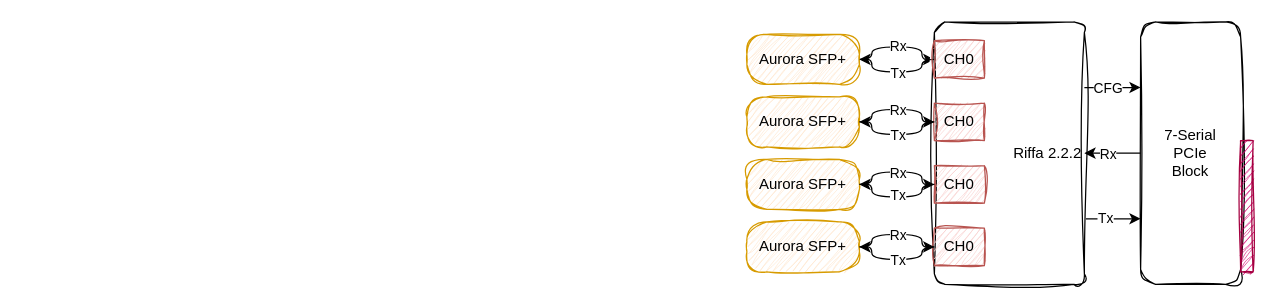
This is 光通信2 Riffa通信.drawio from Hickey3197/DrawIO, a draw.io file, before an edit. Source tidied: cells renumbered, new cells numbered last; positions are measured from the earlier drawing's top-left corner, leaving out a move shared by most shapes. Both pictures are drawn from the tidied source at 125%, with x=0, y=0 at pixel (746, 21).
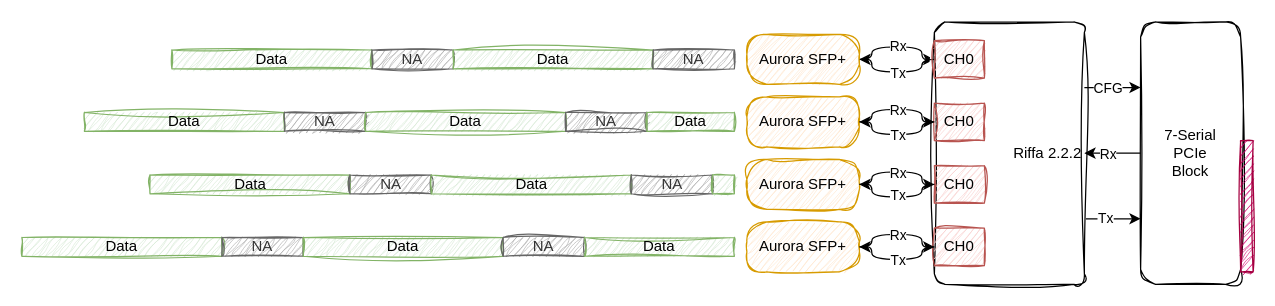
The same page after the edit.

Commit message:
更新光通信2 Riffa通信.drawio

What changed in the source:
```diff
@@
+    <mxCell id="35" value="Data" style="rounded=0;whiteSpace=wrap;html=1;fillColor=#d5e8d4;strokeColor=#82b366;sketch=1;curveFitting=1;jiggle=2;" parent="1" vertex="1">
+      <mxGeometry x="-460" y="22.5" width="160" height="15" as="geometry" />
+    </mxCell>
+    <mxCell id="36" value="Data" style="rounded=0;whiteSpace=wrap;html=1;fillColor=#d5e8d4;strokeColor=#82b366;sketch=1;curveFitting=1;jiggle=2;" parent="1" vertex="1">
+      <mxGeometry x="-530" y="72.5" width="160" height="15" as="geometry" />
+    </mxCell>
+    <mxCell id="37" value="Data" style="rounded=0;whiteSpace=wrap;html=1;fillColor=#d5e8d4;strokeColor=#82b366;sketch=1;curveFitting=1;jiggle=2;" parent="1" vertex="1">
+      <mxGeometry x="-477.5" y="122.5" width="160" height="15" as="geometry" />
+    </mxCell>
+    <mxCell id="38" value="Data" style="rounded=0;whiteSpace=wrap;html=1;fillColor=#d5e8d4;strokeColor=#82b366;sketch=1;curveFitting=1;jiggle=2;" parent="1" vertex="1">
+      <mxGeometry x="-580" y="172.5" width="160" height="15" as="geometry" />
+    </mxCell>
+    <mxCell id="39" value="NA" style="rounded=0;whiteSpace=wrap;html=1;fillColor=#A8A8A8;strokeColor=#666666;fontColor=#333333;sketch=1;curveFitting=1;jiggle=2;" parent="1" vertex="1">
+      <mxGeometry x="-300" y="22.5" width="65" height="15" as="geometry" />
+    </mxCell>
+    <mxCell id="40" value="NA" style="rounded=0;whiteSpace=wrap;html=1;fillColor=#A8A8A8;strokeColor=#666666;fontColor=#333333;sketch=1;curveFitting=1;jiggle=2;" parent="1" vertex="1">
+      <mxGeometry x="-370" y="72.5" width="65" height="15" as="geometry" />
+    </mxCell>
+    <mxCell id="41" value="NA" style="rounded=0;whiteSpace=wrap;html=1;fillColor=#A8A8A8;strokeColor=#666666;fontColor=#333333;sketch=1;curveFitting=1;jiggle=2;" parent="1" vertex="1">
+      <mxGeometry x="-317.5" y="122.5" width="65" height="15" as="geometry" />
+    </mxCell>
+    <mxCell id="42" value="NA" style="rounded=0;whiteSpace=wrap;html=1;fillColor=#A8A8A8;strokeColor=#666666;fontColor=#333333;sketch=1;curveFitting=1;jiggle=2;" parent="1" vertex="1">
+      <mxGeometry x="-420" y="172.5" width="65" height="15" as="geometry" />
+    </mxCell>
+    <mxCell id="43" value="Data" style="rounded=0;whiteSpace=wrap;html=1;fillColor=#d5e8d4;strokeColor=#82b366;sketch=1;curveFitting=1;jiggle=2;" parent="1" vertex="1">
+      <mxGeometry x="-235" y="22.5" width="160" height="15" as="geometry" />
+    </mxCell>
+    <mxCell id="44" value="Data" style="rounded=0;whiteSpace=wrap;html=1;fillColor=#d5e8d4;strokeColor=#82b366;sketch=1;curveFitting=1;jiggle=2;" parent="1" vertex="1">
+      <mxGeometry x="-305" y="72.5" width="160" height="15" as="geometry" />
+    </mxCell>
+    <mxCell id="45" value="Data" style="rounded=0;whiteSpace=wrap;html=1;fillColor=#d5e8d4;strokeColor=#82b366;sketch=1;curveFitting=1;jiggle=2;" parent="1" vertex="1">
+      <mxGeometry x="-252.5" y="122.5" width="160" height="15" as="geometry" />
+    </mxCell>
+    <mxCell id="46" value="Data" style="rounded=0;whiteSpace=wrap;html=1;fillColor=#d5e8d4;strokeColor=#82b366;sketch=1;curveFitting=1;jiggle=2;" parent="1" vertex="1">
+      <mxGeometry x="-355" y="172.5" width="160" height="15" as="geometry" />
+    </mxCell>
+    <mxCell id="47" value="NA" style="rounded=0;whiteSpace=wrap;html=1;fillColor=#A8A8A8;strokeColor=#666666;fontColor=#333333;sketch=1;curveFitting=1;jiggle=2;" parent="1" vertex="1">
+      <mxGeometry x="-75" y="22.5" width="65" height="15" as="geometry" />
+    </mxCell>
+    <mxCell id="48" value="NA" style="rounded=0;whiteSpace=wrap;html=1;fillColor=#A8A8A8;strokeColor=#666666;fontColor=#333333;sketch=1;curveFitting=1;jiggle=2;" parent="1" vertex="1">
+      <mxGeometry x="-145" y="72.5" width="65" height="15" as="geometry" />
+    </mxCell>
+    <mxCell id="49" value="NA" style="rounded=0;whiteSpace=wrap;html=1;fillColor=#A8A8A8;strokeColor=#666666;fontColor=#333333;sketch=1;curveFitting=1;jiggle=2;" parent="1" vertex="1">
+      <mxGeometry x="-92.5" y="122.5" width="65" height="15" as="geometry" />
+    </mxCell>
+    <mxCell id="50" value="NA" style="rounded=0;whiteSpace=wrap;html=1;fillColor=#A8A8A8;strokeColor=#666666;fontColor=#333333;sketch=1;curveFitting=1;jiggle=2;" parent="1" vertex="1">
+      <mxGeometry x="-195" y="172.5" width="65" height="15" as="geometry" />
+    </mxCell>
+    <mxCell id="51" value="Data" style="rounded=0;whiteSpace=wrap;html=1;fillColor=#d5e8d4;strokeColor=#82b366;sketch=1;curveFitting=1;jiggle=2;" parent="1" vertex="1">
+      <mxGeometry x="-130" y="172.5" width="120" height="15" as="geometry" />
+    </mxCell>
+    <mxCell id="52" value="Data" style="rounded=0;whiteSpace=wrap;html=1;fillColor=#d5e8d4;strokeColor=#82b366;sketch=1;curveFitting=1;jiggle=2;" parent="1" vertex="1">
+      <mxGeometry x="-80" y="72.5" width="70" height="15" as="geometry" />
+    </mxCell>
+    <mxCell id="53" style="rounded=0;whiteSpace=wrap;html=1;fillColor=#d5e8d4;strokeColor=#82b366;sketch=1;curveFitting=1;jiggle=2;" parent="1" vertex="1">
+      <mxGeometry x="-27.5" y="122.5" width="17.5" height="15" as="geometry" />
+    </mxCell>
```
